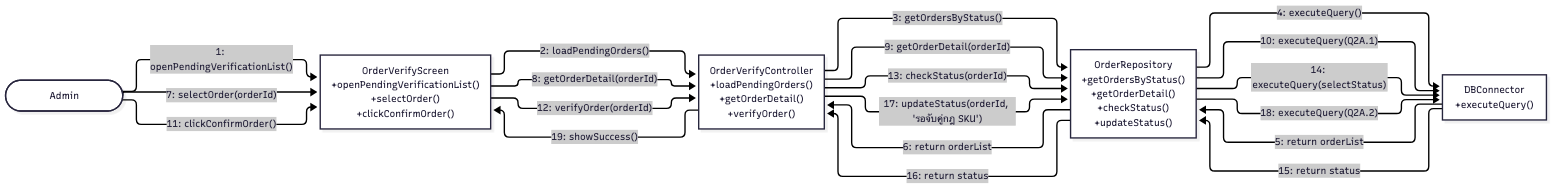
Earlier version of the Mermaid export 03-chapter2-use-case-descriptions/diagrams/png/2A-collaboration.png (xbpkdi/321-sa-proj). Its source is kept beside it as 03-chapter2-use-case-descriptions/diagrams/mmd/2A-collaboration.mmd.
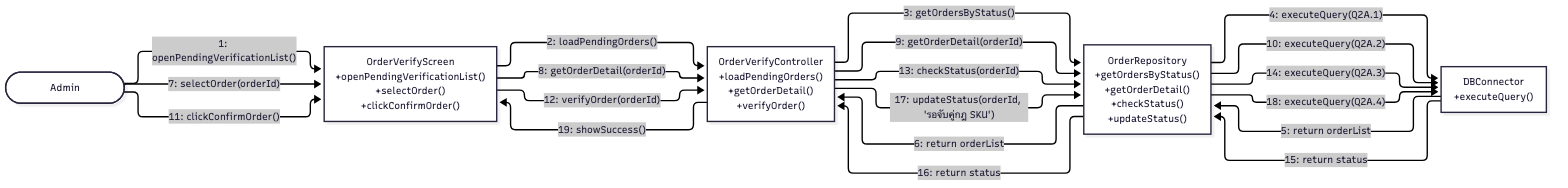
Above is the later version.

Diff of the diagram source:
```diff
@@ -9,19 +9,19 @@
     Admin -->|"1: openPendingVerificationList()"| Screen
     Screen -->|"2: loadPendingOrders()"| OVC
     OVC -->|"3: getOrdersByStatus()"| OrderRepo
-    OrderRepo -->|"4: executeQuery()"| DB
+    OrderRepo -->|"4: executeQuery(Q2A.1)"| DB
     DB -->|"5: return orderList"| OrderRepo
     OrderRepo -->|"6: return orderList"| OVC
     Admin -->|"7: selectOrder(orderId)"| Screen
     Screen -->|"8: getOrderDetail(orderId)"| OVC
     OVC -->|"9: getOrderDetail(orderId)"| OrderRepo
-    OrderRepo -->|"10: executeQuery(Q2A.1)"| DB
+    OrderRepo -->|"10: executeQuery(Q2A.2)"| DB
     Admin -->|"11: clickConfirmOrder()"| Screen
     Screen -->|"12: verifyOrder(orderId)"| OVC
     OVC -->|"13: checkStatus(orderId)"| OrderRepo
-    OrderRepo -->|"14: executeQuery(selectStatus)"| DB
+    OrderRepo -->|"14: executeQuery(Q2A.3)"| DB
     DB -->|"15: return status"| OrderRepo
     OrderRepo -->|"16: return status"| OVC
     OVC -->|"17: updateStatus(orderId, 'รอจับคู่กฎ SKU')"| OrderRepo
-    OrderRepo -->|"18: executeQuery(Q2A.2)"| DB
+    OrderRepo -->|"18: executeQuery(Q2A.4)"| DB
     OVC -->|"19: showSuccess()"| Screen
```
